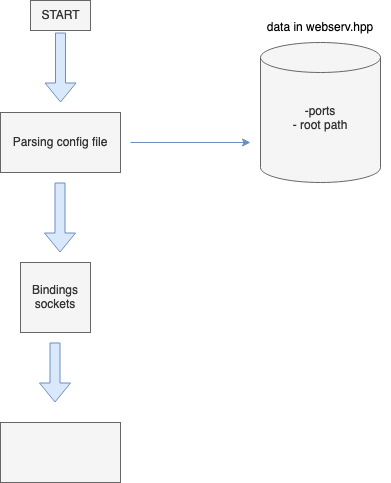
This is Diagram Webserv.drawio.png from es4nchez/webserv, a draw.io export, as it was before one commit. Source tidied: cells renumbered, new cells last; positions are measured from the earlier drawing's top-left corner, leaving out a move shared by most shapes.
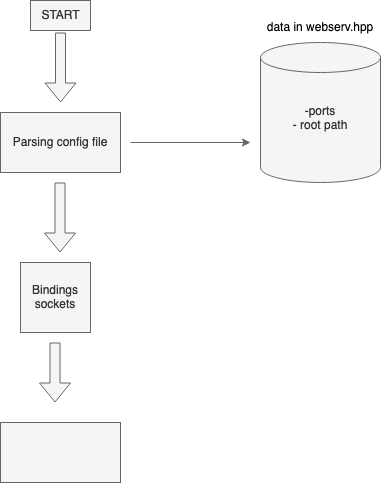
The same file after the commit.

Commit message:
Mettre à jour Diagram Webserv.drawio.png

What changed in the source:
```diff
@@ -5,7 +5,7 @@
     <mxCell id="2" value="&lt;div&gt;START&lt;/div&gt;" style="text;html=1;align=center;verticalAlign=middle;strokeColor=#666666;fillColor=#f5f5f5;fontColor=#333333;" parent="1" vertex="1">
       <mxGeometry x="30" width="60" height="30" as="geometry" />
     </mxCell>
-    <mxCell id="3" style="shape=flexArrow;endArrow=classic;html=1;rounded=0;fillColor=#dae8fc;strokeColor=#6c8ebf;" parent="1" edge="1">
+    <mxCell id="3" style="shape=flexArrow;endArrow=classic;html=1;rounded=0;fillColor=#f5f5f5;strokeColor=#666666;" parent="1" edge="1">
       <mxGeometry relative="1" as="geometry">
         <mxPoint x="60" y="32" as="sourcePoint" />
         <mxPoint x="60" y="102" as="targetPoint" />
@@ -14,7 +14,7 @@
     <mxCell id="4" value="Parsing config file" style="rounded=0;whiteSpace=wrap;html=1;fillColor=#f5f5f5;fontColor=#333333;strokeColor=#666666;" parent="1" vertex="1">
       <mxGeometry y="112" width="120" height="60" as="geometry" />
     </mxCell>
-    <mxCell id="5" style="endArrow=classic;html=1;rounded=0;fillColor=#dae8fc;strokeColor=#6c8ebf;" parent="1" edge="1">
+    <mxCell id="5" style="endArrow=classic;html=1;rounded=0;fillColor=#f5f5f5;strokeColor=#666666;" parent="1" edge="1">
       <mxGeometry relative="1" as="geometry">
         <mxPoint x="130" y="142" as="sourcePoint" />
         <mxPoint x="250" y="142" as="targetPoint" />
@@ -26,7 +26,7 @@
     <mxCell id="7" value="data in webserv.hpp" style="text;html=1;strokeColor=none;fillColor=none;align=center;verticalAlign=middle;whiteSpace=wrap;rounded=0;" parent="1" vertex="1">
       <mxGeometry x="250" y="12" width="140" height="30" as="geometry" />
     </mxCell>
-    <mxCell id="8" style="shape=flexArrow;endArrow=classic;html=1;rounded=0;fillColor=#dae8fc;strokeColor=#6c8ebf;" parent="1" edge="1">
+    <mxCell id="8" style="shape=flexArrow;endArrow=classic;html=1;rounded=0;fillColor=#f5f5f5;strokeColor=#666666;" parent="1" edge="1">
       <mxGeometry relative="1" as="geometry">
         <mxPoint x="59.5" y="182" as="sourcePoint" />
         <mxPoint x="59.5" y="252" as="targetPoint" />
@@ -35,7 +35,7 @@
     <mxCell id="9" value="&lt;div&gt;Bindings sockets&lt;/div&gt;" style="whiteSpace=wrap;html=1;fillColor=#f5f5f5;fontColor=#333333;strokeColor=#666666;" parent="1" vertex="1">
       <mxGeometry x="20" y="262" width="70" height="70" as="geometry" />
     </mxCell>
-    <mxCell id="10" style="shape=flexArrow;endArrow=classic;html=1;rounded=0;fillColor=#dae8fc;strokeColor=#6c8ebf;" parent="1" edge="1">
+    <mxCell id="10" style="shape=flexArrow;endArrow=classic;html=1;rounded=0;fillColor=#f5f5f5;strokeColor=#666666;" parent="1" edge="1">
       <mxGeometry relative="1" as="geometry">
         <mxPoint x="54.5" y="342" as="sourcePoint" />
         <mxPoint x="54.5" y="402" as="targetPoint" />
```
